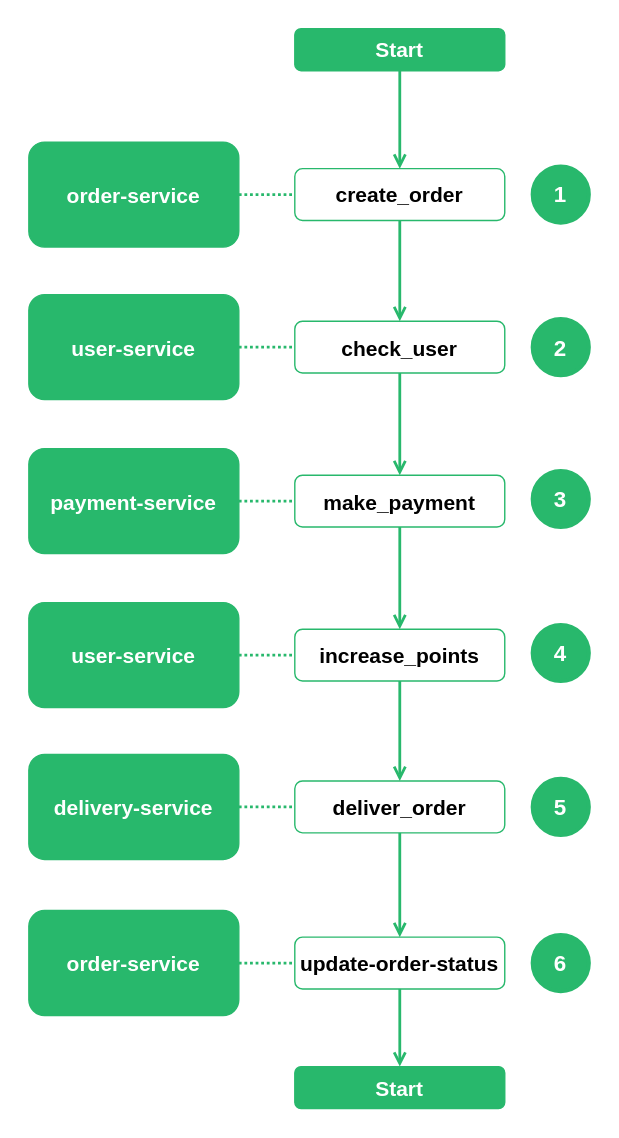
Before: assets/img/mysql/1.0/imperative/stack-saga-e-store-example-place-order-basic-steps.drawio.svg, a diagram exported from draw.io (mafei-dev/stacksaga-doc). Source tidied: cells renumbered, new cells last; positions are measured from the earlier drawing's top-left corner, leaving out a move shared by most shapes. Source of this version:
```xml
<mxGraphModel>
  <root>
    <mxCell id="0" />
    <mxCell id="1" parent="0" />
    <mxCell id="2" style="edgeStyle=orthogonalEdgeStyle;rounded=0;jettySize=auto;html=1;entryX=0;entryY=0.5;entryDx=0;entryDy=0;fontSize=15;strokeWidth=2;startArrow=none;startFill=0;endArrow=none;endFill=0;strokeColor=#28B86C;dashed=1;dashPattern=1 1;" parent="1" edge="1" source="3" target="7">
      <mxGeometry relative="1" as="geometry" />
    </mxCell>
    <mxCell id="3" value="user-service" style="rounded=1;whiteSpace=wrap;html=1;glass=0;fontSize=15;fillColor=#28B86C;strokeColor=#28B86C;fontColor=#FFFFFF;fontStyle=1;" parent="1" vertex="1">
      <mxGeometry y="190" width="150" height="75" as="geometry" />
    </mxCell>
    <mxCell id="4" value="order-service" style="rounded=1;whiteSpace=wrap;html=1;glass=0;fontSize=15;fillColor=#28B86C;strokeColor=#28B86C;fontColor=#FFFFFF;fontStyle=1;" parent="1" vertex="1">
      <mxGeometry y="81" width="150" height="75" as="geometry" />
    </mxCell>
    <mxCell id="5" value="payment-service" style="rounded=1;whiteSpace=wrap;html=1;glass=0;fontSize=15;fillColor=#28B86C;strokeColor=#28B86C;fontColor=#FFFFFF;fontStyle=1;" parent="1" vertex="1">
      <mxGeometry y="300" width="150" height="75" as="geometry" />
    </mxCell>
    <mxCell id="6" value="delivery-service" style="rounded=1;whiteSpace=wrap;html=1;glass=0;fontSize=15;fillColor=#28B86C;strokeColor=#28B86C;fontColor=#FFFFFF;fontStyle=1;" parent="1" vertex="1">
      <mxGeometry y="518.5" width="150" height="75" as="geometry" />
    </mxCell>
    <mxCell id="7" value="&lt;font color=&quot;#000000&quot;&gt;check_user&lt;/font&gt;" style="rounded=1;whiteSpace=wrap;html=1;glass=0;fontSize=15;fillColor=none;strokeColor=#28B86C;fontColor=#FFFFFF;fontStyle=1;" parent="1" vertex="1">
      <mxGeometry x="190" y="209" width="150" height="37" as="geometry" />
    </mxCell>
    <mxCell id="8" style="edgeStyle=orthogonalEdgeStyle;rounded=0;jettySize=auto;html=1;entryX=0;entryY=0.5;entryDx=0;entryDy=0;fontSize=15;strokeWidth=2;startArrow=none;startFill=0;endArrow=none;endFill=0;strokeColor=#28B86C;dashed=1;dashPattern=1 1;" parent="1" edge="1" target="9">
      <mxGeometry relative="1" as="geometry">
        <mxPoint x="150" y="118.5" as="sourcePoint" />
      </mxGeometry>
    </mxCell>
    <mxCell id="9" value="&lt;font color=&quot;#000000&quot;&gt;create_order&lt;/font&gt;" style="rounded=1;whiteSpace=wrap;html=1;glass=0;fontSize=15;fillColor=none;strokeColor=#28B86C;fontColor=#FFFFFF;fontStyle=1;" parent="1" vertex="1">
      <mxGeometry x="190" y="100" width="150" height="37" as="geometry" />
    </mxCell>
    <mxCell id="10" style="rounded=0;jettySize=auto;html=1;entryX=0;entryY=0.5;entryDx=0;entryDy=0;fontSize=15;strokeWidth=2;startArrow=none;startFill=0;endArrow=none;endFill=0;strokeColor=#28B86C;dashed=1;dashPattern=1 1;exitX=1;exitY=0.5;exitDx=0;exitDy=0;" parent="1" edge="1" source="5" target="11">
      <mxGeometry relative="1" as="geometry" />
    </mxCell>
    <mxCell id="11" value="&lt;font color=&quot;#000000&quot;&gt;make_payment&lt;/font&gt;" style="rounded=1;whiteSpace=wrap;html=1;glass=0;fontSize=15;fillColor=none;strokeColor=#28B86C;fontColor=#FFFFFF;fontStyle=1;" parent="1" vertex="1">
      <mxGeometry x="190" y="319" width="150" height="37" as="geometry" />
    </mxCell>
    <mxCell id="12" style="edgeStyle=orthogonalEdgeStyle;rounded=0;jettySize=auto;html=1;fontSize=15;strokeWidth=2;startArrow=none;startFill=0;endArrow=open;endFill=0;strokeColor=#28B86C;exitX=0.5;exitY=1;exitDx=0;exitDy=0;entryX=0.5;entryY=0;entryDx=0;entryDy=0;" parent="1" edge="1" target="7">
      <mxGeometry relative="1" as="geometry">
        <mxPoint x="265" y="137" as="sourcePoint" />
      </mxGeometry>
    </mxCell>
    <mxCell id="13" style="edgeStyle=orthogonalEdgeStyle;rounded=0;jettySize=auto;html=1;fontSize=15;strokeWidth=2;startArrow=none;startFill=0;endArrow=open;endFill=0;strokeColor=#28B86C;entryX=0.5;entryY=0;entryDx=0;entryDy=0;exitX=0.5;exitY=1;exitDx=0;exitDy=0;" parent="1" edge="1" source="7" target="11">
      <mxGeometry relative="1" as="geometry" />
    </mxCell>
    <mxCell id="14" style="rounded=0;jettySize=auto;html=1;entryX=0;entryY=0.5;entryDx=0;entryDy=0;fontSize=15;strokeWidth=2;startArrow=none;startFill=0;endArrow=none;endFill=0;strokeColor=#28B86C;dashed=1;dashPattern=1 1;exitX=1;exitY=0.5;exitDx=0;exitDy=0;" parent="1" edge="1" source="16" target="15">
      <mxGeometry relative="1" as="geometry" />
    </mxCell>
    <mxCell id="15" value="&lt;font color=&quot;#000000&quot;&gt;increase_points&lt;/font&gt;" style="rounded=1;whiteSpace=wrap;html=1;glass=0;fontSize=15;fillColor=none;strokeColor=#28B86C;fontColor=#FFFFFF;fontStyle=1;" parent="1" vertex="1">
      <mxGeometry x="190" y="429" width="150" height="37" as="geometry" />
    </mxCell>
    <mxCell id="16" value="user-service" style="rounded=1;whiteSpace=wrap;html=1;glass=0;fontSize=15;fillColor=#28B86C;strokeColor=#28B86C;fontColor=#FFFFFF;fontStyle=1;" parent="1" vertex="1">
      <mxGeometry y="410" width="150" height="75" as="geometry" />
    </mxCell>
    <mxCell id="17" style="rounded=0;jettySize=auto;html=1;fontSize=15;strokeWidth=2;startArrow=none;startFill=0;endArrow=open;endFill=0;strokeColor=#28B86C;entryX=0.5;entryY=0;entryDx=0;entryDy=0;exitX=0.5;exitY=1;exitDx=0;exitDy=0;" parent="1" edge="1" source="11" target="15">
      <mxGeometry relative="1" as="geometry" />
    </mxCell>
    <mxCell id="18" value="&lt;font color=&quot;#000000&quot;&gt;deliver_order&lt;/font&gt;" style="rounded=1;whiteSpace=wrap;html=1;glass=0;fontSize=15;fillColor=none;strokeColor=#28B86C;fontColor=#FFFFFF;fontStyle=1;" parent="1" vertex="1">
      <mxGeometry x="190" y="537.5" width="150" height="37" as="geometry" />
    </mxCell>
    <mxCell id="19" style="rounded=0;jettySize=auto;html=1;entryX=0;entryY=0.5;entryDx=0;entryDy=0;fontSize=15;strokeWidth=2;startArrow=none;startFill=0;endArrow=none;endFill=0;strokeColor=#28B86C;dashed=1;dashPattern=1 1;exitX=1;exitY=0.5;exitDx=0;exitDy=0;" parent="1" edge="1" source="6" target="18">
      <mxGeometry relative="1" as="geometry" />
    </mxCell>
    <mxCell id="20" style="rounded=0;jettySize=auto;html=1;fontSize=15;strokeWidth=2;startArrow=none;startFill=0;endArrow=open;endFill=0;strokeColor=#28B86C;exitX=0.5;exitY=1;exitDx=0;exitDy=0;" parent="1" edge="1" source="15" target="18">
      <mxGeometry relative="1" as="geometry" />
    </mxCell>
    <mxCell id="21" value="Start" style="rounded=1;whiteSpace=wrap;html=1;glass=0;fontSize=15;fillColor=#28B86C;strokeColor=#28B86C;fontColor=#FFFFFF;fontStyle=1;" parent="1" vertex="1">
      <mxGeometry x="190" width="150" height="30" as="geometry" />
    </mxCell>
    <mxCell id="22" style="edgeStyle=orthogonalEdgeStyle;rounded=0;jettySize=auto;html=1;fontSize=15;strokeWidth=2;startArrow=none;startFill=0;endArrow=open;endFill=0;strokeColor=#28B86C;exitX=0.5;exitY=1;exitDx=0;exitDy=0;" parent="1" edge="1" source="21">
      <mxGeometry relative="1" as="geometry">
        <mxPoint x="265" y="100" as="targetPoint" />
      </mxGeometry>
    </mxCell>
    <mxCell id="23" style="rounded=0;jettySize=auto;html=1;fontSize=15;strokeWidth=2;startArrow=none;startFill=0;endArrow=open;endFill=0;strokeColor=#28B86C;exitX=0.5;exitY=1;exitDx=0;exitDy=0;entryX=0.5;entryY=0;entryDx=0;entryDy=0;" parent="1" edge="1" source="18" target="30">
      <mxGeometry relative="1" as="geometry" />
    </mxCell>
    <mxCell id="24" value="&lt;b&gt;&lt;font color=&quot;#ffffff&quot;&gt;1&lt;/font&gt;&lt;/b&gt;" style="ellipse;whiteSpace=wrap;html=1;rounded=1;shadow=0;glass=1;sketch=0;fontSize=16;fontColor=#000000;strokeColor=#28B86C;strokeWidth=3;fillColor=#28B86C;gradientColor=none;" parent="1" vertex="1">
      <mxGeometry x="360" y="98.5" width="40" height="40" as="geometry" />
    </mxCell>
    <mxCell id="25" value="&lt;b&gt;&lt;font color=&quot;#ffffff&quot;&gt;2&lt;/font&gt;&lt;/b&gt;" style="ellipse;whiteSpace=wrap;html=1;rounded=1;shadow=0;glass=1;sketch=0;fontSize=16;fontColor=#000000;strokeColor=#28B86C;strokeWidth=3;fillColor=#28B86C;gradientColor=none;" parent="1" vertex="1">
      <mxGeometry x="360" y="207.5" width="40" height="40" as="geometry" />
    </mxCell>
    <mxCell id="26" value="&lt;b&gt;&lt;font color=&quot;#ffffff&quot;&gt;3&lt;/font&gt;&lt;/b&gt;" style="ellipse;whiteSpace=wrap;html=1;rounded=1;shadow=0;glass=1;sketch=0;fontSize=16;fontColor=#000000;strokeColor=#28B86C;strokeWidth=3;fillColor=#28B86C;gradientColor=none;" parent="1" vertex="1">
      <mxGeometry x="360" y="316" width="40" height="40" as="geometry" />
    </mxCell>
    <mxCell id="27" value="&lt;b&gt;&lt;font color=&quot;#ffffff&quot;&gt;4&lt;/font&gt;&lt;/b&gt;" style="ellipse;whiteSpace=wrap;html=1;rounded=1;shadow=0;glass=1;sketch=0;fontSize=16;fontColor=#000000;strokeColor=#28B86C;strokeWidth=3;fillColor=#28B86C;gradientColor=none;" parent="1" vertex="1">
      <mxGeometry x="360" y="426" width="40" height="40" as="geometry" />
    </mxCell>
    <mxCell id="28" value="&lt;b&gt;&lt;font color=&quot;#ffffff&quot;&gt;5&lt;/font&gt;&lt;/b&gt;" style="ellipse;whiteSpace=wrap;html=1;rounded=1;shadow=0;glass=1;sketch=0;fontSize=16;fontColor=#000000;strokeColor=#28B86C;strokeWidth=3;fillColor=#28B86C;gradientColor=none;" parent="1" vertex="1">
      <mxGeometry x="360" y="536" width="40" height="40" as="geometry" />
    </mxCell>
    <mxCell id="29" value="order-service" style="rounded=1;whiteSpace=wrap;html=1;glass=0;fontSize=15;fillColor=#28B86C;strokeColor=#28B86C;fontColor=#FFFFFF;fontStyle=1;" parent="1" vertex="1">
      <mxGeometry y="630" width="150" height="75" as="geometry" />
    </mxCell>
    <mxCell id="30" value="&lt;font color=&quot;#000000&quot;&gt;update-order-status&lt;/font&gt;" style="rounded=1;whiteSpace=wrap;html=1;glass=0;fontSize=15;fillColor=none;strokeColor=#28B86C;fontColor=#FFFFFF;fontStyle=1;" parent="1" vertex="1">
      <mxGeometry x="190" y="649" width="150" height="37" as="geometry" />
    </mxCell>
    <mxCell id="31" style="rounded=0;jettySize=auto;html=1;entryX=0;entryY=0.5;entryDx=0;entryDy=0;fontSize=15;strokeWidth=2;startArrow=none;startFill=0;endArrow=none;endFill=0;strokeColor=#28B86C;dashed=1;dashPattern=1 1;exitX=1;exitY=0.5;exitDx=0;exitDy=0;" parent="1" edge="1" source="29" target="30">
      <mxGeometry relative="1" as="geometry" />
    </mxCell>
    <mxCell id="32" value="Start" style="rounded=1;whiteSpace=wrap;html=1;glass=0;fontSize=15;fillColor=#28B86C;strokeColor=#28B86C;fontColor=#FFFFFF;fontStyle=1;" parent="1" vertex="1">
      <mxGeometry x="190" y="741.5" width="150" height="30" as="geometry" />
    </mxCell>
    <mxCell id="33" style="rounded=0;jettySize=auto;html=1;fontSize=15;strokeWidth=2;startArrow=none;startFill=0;endArrow=open;endFill=0;strokeColor=#28B86C;exitX=0.5;exitY=1;exitDx=0;exitDy=0;entryX=0.5;entryY=0;entryDx=0;entryDy=0;" parent="1" edge="1" source="30" target="32">
      <mxGeometry relative="1" as="geometry" />
    </mxCell>
    <mxCell id="34" value="&lt;b&gt;&lt;font color=&quot;#ffffff&quot;&gt;6&lt;/font&gt;&lt;/b&gt;" style="ellipse;whiteSpace=wrap;html=1;rounded=1;shadow=0;glass=1;sketch=0;fontSize=16;fontColor=#000000;strokeColor=#28B86C;strokeWidth=3;fillColor=#28B86C;gradientColor=none;" parent="1" vertex="1">
      <mxGeometry x="360" y="647.5" width="40" height="40" as="geometry" />
    </mxCell>
  </root>
</mxGraphModel>
```
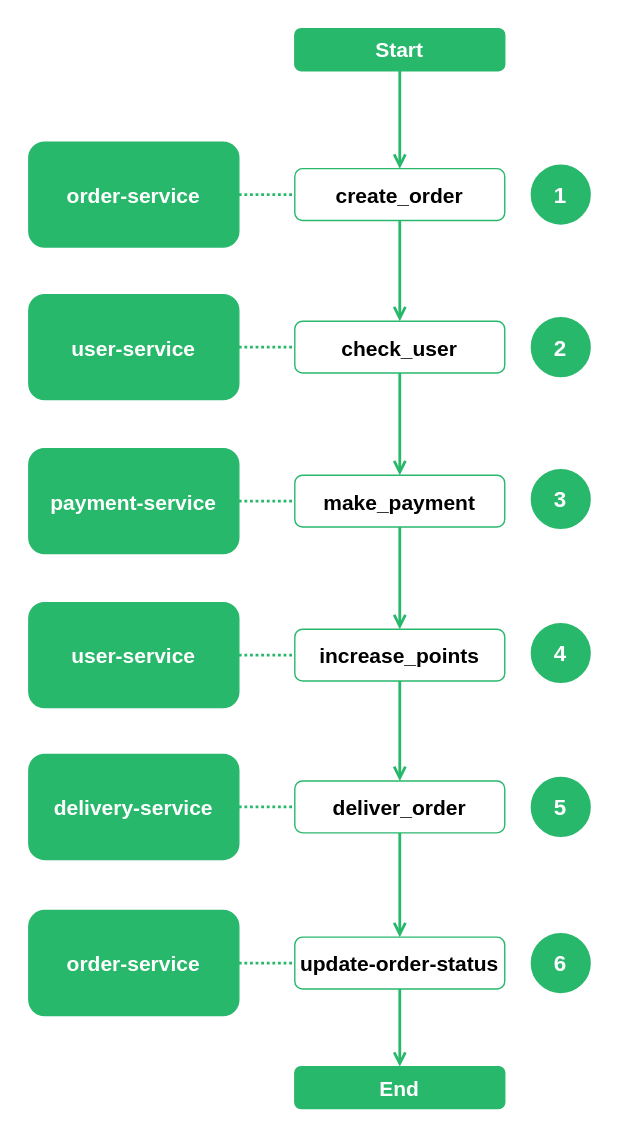
After the change.

Change to the diagram source:
```diff
@@ -25,6 +25,9 @@
         <mxPoint x="150" y="118.5" as="sourcePoint" />
       </mxGeometry>
     </mxCell>
+    <mxCell id="35" style="edgeStyle=none;rounded=0;jettySize=auto;html=1;fontSize=27;fontColor=#000000;startArrow=none;startFill=0;endArrow=open;endFill=0;strokeColor=#28B86C;strokeWidth=2;" parent="1" edge="1" source="9" target="7">
+      <mxGeometry relative="1" as="geometry" />
+    </mxCell>
     <mxCell id="9" value="&lt;font color=&quot;#000000&quot;&gt;create_order&lt;/font&gt;" style="rounded=1;whiteSpace=wrap;html=1;glass=0;fontSize=15;fillColor=none;strokeColor=#28B86C;fontColor=#FFFFFF;fontStyle=1;" parent="1" vertex="1">
       <mxGeometry x="190" y="100" width="150" height="37" as="geometry" />
     </mxCell>
@@ -34,11 +37,6 @@
     <mxCell id="11" value="&lt;font color=&quot;#000000&quot;&gt;make_payment&lt;/font&gt;" style="rounded=1;whiteSpace=wrap;html=1;glass=0;fontSize=15;fillColor=none;strokeColor=#28B86C;fontColor=#FFFFFF;fontStyle=1;" parent="1" vertex="1">
       <mxGeometry x="190" y="319" width="150" height="37" as="geometry" />
     </mxCell>
-    <mxCell id="12" style="edgeStyle=orthogonalEdgeStyle;rounded=0;jettySize=auto;html=1;fontSize=15;strokeWidth=2;startArrow=none;startFill=0;endArrow=open;endFill=0;strokeColor=#28B86C;exitX=0.5;exitY=1;exitDx=0;exitDy=0;entryX=0.5;entryY=0;entryDx=0;entryDy=0;" parent="1" edge="1" target="7">
-      <mxGeometry relative="1" as="geometry">
-        <mxPoint x="265" y="137" as="sourcePoint" />
-      </mxGeometry>
-    </mxCell>
     <mxCell id="13" style="edgeStyle=orthogonalEdgeStyle;rounded=0;jettySize=auto;html=1;fontSize=15;strokeWidth=2;startArrow=none;startFill=0;endArrow=open;endFill=0;strokeColor=#28B86C;entryX=0.5;entryY=0;entryDx=0;entryDy=0;exitX=0.5;exitY=1;exitDx=0;exitDy=0;" parent="1" edge="1" source="7" target="11">
       <mxGeometry relative="1" as="geometry" />
     </mxCell>
@@ -98,7 +96,7 @@
     <mxCell id="31" style="rounded=0;jettySize=auto;html=1;entryX=0;entryY=0.5;entryDx=0;entryDy=0;fontSize=15;strokeWidth=2;startArrow=none;startFill=0;endArrow=none;endFill=0;strokeColor=#28B86C;dashed=1;dashPattern=1 1;exitX=1;exitY=0.5;exitDx=0;exitDy=0;" parent="1" edge="1" source="29" target="30">
       <mxGeometry relative="1" as="geometry" />
     </mxCell>
-    <mxCell id="32" value="Start" style="rounded=1;whiteSpace=wrap;html=1;glass=0;fontSize=15;fillColor=#28B86C;strokeColor=#28B86C;fontColor=#FFFFFF;fontStyle=1;" parent="1" vertex="1">
+    <mxCell id="32" value="End" style="rounded=1;whiteSpace=wrap;html=1;glass=0;fontSize=15;fillColor=#28B86C;strokeColor=#28B86C;fontColor=#FFFFFF;fontStyle=1;" parent="1" vertex="1">
       <mxGeometry x="190" y="741.5" width="150" height="30" as="geometry" />
     </mxCell>
     <mxCell id="33" style="rounded=0;jettySize=auto;html=1;fontSize=15;strokeWidth=2;startArrow=none;startFill=0;endArrow=open;endFill=0;strokeColor=#28B86C;exitX=0.5;exitY=1;exitDx=0;exitDy=0;entryX=0.5;entryY=0;entryDx=0;entryDy=0;" parent="1" edge="1" source="30" target="32">
```
